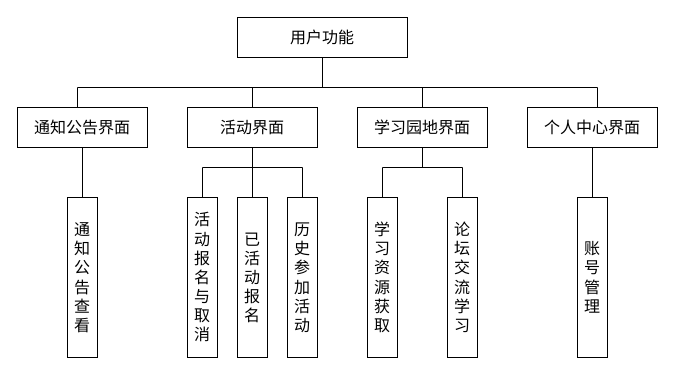
zandaZY/zanda-001 keeps this draw.io diagram as user.drawio. Above is the earlier version. Source tidied: cells renumbered, new cells numbered last; positions are measured from the earlier drawing's top-left corner, leaving out a move shared by most shapes. Both pictures are drawn from the tidied source at 100%, with x=0, y=0 at pixel (17, 17).
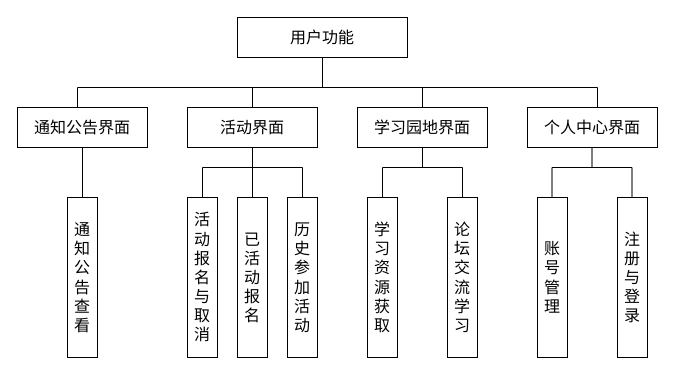
The same page after the edit.

The change refers to these unchanged cells:
```xml
<mxCell id="10" value="&lt;font style=&quot;font-size: 16px;&quot;&gt;个人中心界面&lt;/font&gt;" style="rounded=0;whiteSpace=wrap;html=1;" parent="1" vertex="1">
  <mxGeometry x="510" y="90" width="130" height="40" as="geometry" />
</mxCell>
```

The edit, as a diff of the source:
```diff
@@
     <mxCell id="6" value="&lt;font style=&quot;font-size: 16px;&quot;&gt;账号管理&lt;/font&gt;" style="rounded=0;whiteSpace=wrap;html=1;" parent="1" vertex="1">
-      <mxGeometry x="560" y="180" width="30" height="160" as="geometry" />
+      <mxGeometry x="520" y="180" width="30" height="160" as="geometry" />
     </mxCell>
@@
-    <mxCell id="21" style="endArrow=none;html=1;rounded=0;entryX=0.5;entryY=0;entryDx=0;entryDy=0;exitX=0.5;exitY=1;exitDx=0;exitDy=0;" parent="1" edge="1" source="10" target="6">
-      <mxGeometry relative="1" as="geometry" />
-    </mxCell>
@@
+    <mxCell id="31" value="&lt;font style=&quot;font-size: 16px;&quot;&gt;注册与登录&lt;/font&gt;" style="rounded=0;whiteSpace=wrap;html=1;" parent="1" vertex="1">
+      <mxGeometry x="600" y="180" width="30" height="160" as="geometry" />
+    </mxCell>
+    <mxCell id="32" style="endArrow=none;html=1;rounded=0;entryX=0.5;entryY=1;entryDx=0;entryDy=0;" parent="1" edge="1">
+      <mxGeometry relative="1" as="geometry">
+        <mxPoint x="574.5" y="150" as="sourcePoint" />
+        <mxPoint x="574.5" y="130" as="targetPoint" />
+      </mxGeometry>
+    </mxCell>
+    <mxCell id="33" style="endArrow=none;html=1;rounded=0;entryX=0.5;entryY=0;entryDx=0;entryDy=0;" parent="1" edge="1">
+      <mxGeometry relative="1" as="geometry">
+        <mxPoint x="614.5" y="150" as="sourcePoint" />
+        <mxPoint x="614.5" y="180" as="targetPoint" />
+      </mxGeometry>
+    </mxCell>
+    <mxCell id="34" style="endArrow=none;html=1;rounded=0;exitX=0.5;exitY=0;exitDx=0;exitDy=0;" parent="1" edge="1">
+      <mxGeometry relative="1" as="geometry">
+        <mxPoint x="534.5" y="180" as="sourcePoint" />
+        <mxPoint x="534.5" y="150" as="targetPoint" />
+      </mxGeometry>
+    </mxCell>
+    <mxCell id="35" style="endArrow=none;html=1;rounded=0;" parent="1" edge="1">
+      <mxGeometry relative="1" as="geometry">
+        <mxPoint x="534.5" y="150" as="sourcePoint" />
+        <mxPoint x="614.5" y="150" as="targetPoint" />
+      </mxGeometry>
+    </mxCell>
```
